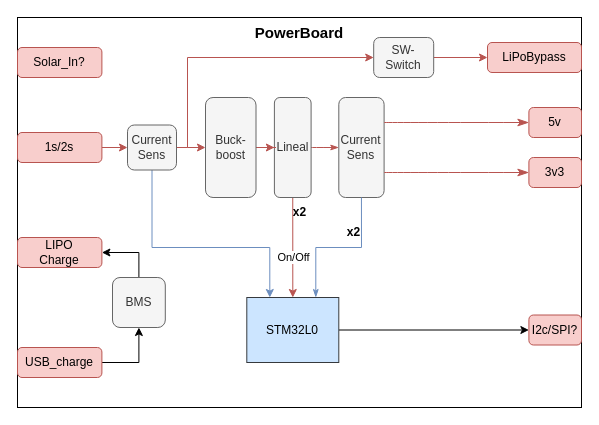
LaboratorioGluon/Icaro keeps this draw.io diagram as MKDocs/docs/es/supplyBoard/SupplyBoard.drawio. Above is the earlier version. Source tidied: cells renumbered, new cells numbered last; positions are measured from the earlier drawing's top-left corner, leaving out a move shared by most shapes. Both pictures are drawn from the tidied source at 100%, with x=0, y=0 at pixel (17, 17).
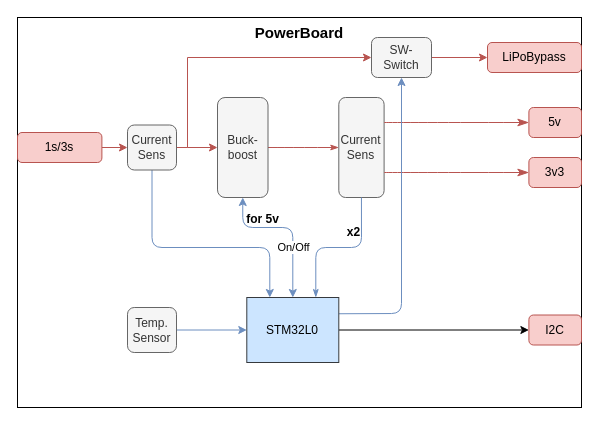
Above is the later version.

Commit message (it also covers changes not shown here):
Updated Doc for Supply Board

Unchanged cells that the change refers to:
```xml
<mxCell id="2" value="PowerBoard" style="rounded=0;whiteSpace=wrap;html=1;verticalAlign=top;fontStyle=1;fontSize=15;" parent="1" vertex="1">
  <mxGeometry width="564" height="390" as="geometry" />
</mxCell>
<mxCell id="9" value="Current&lt;div&gt;Sens&lt;/div&gt;" style="rounded=1;whiteSpace=wrap;html=1;fillColor=#f5f5f5;fontColor=#333333;strokeColor=#666666;" parent="2" vertex="1">
  <mxGeometry x="321.3" y="80" width="45.3" height="100" as="geometry" />
</mxCell>
<mxCell id="29" value="STM32L0" style="rounded=0;whiteSpace=wrap;html=1;fillColor=#cce5ff;strokeColor=#36393d;" parent="2" vertex="1">
  <mxGeometry x="229.3" y="280" width="92" height="65" as="geometry" />
</mxCell>
<mxCell id="33" value="Current&lt;div&gt;Sens&lt;/div&gt;" style="rounded=1;whiteSpace=wrap;html=1;fillColor=#f5f5f5;fontColor=#333333;strokeColor=#666666;" parent="2" vertex="1">
  <mxGeometry x="110" y="107.5" width="49" height="45" as="geometry" />
</mxCell>
```

The edit, as a diff of the source:
```diff
@@
-    <mxCell id="4" value="1s/2s" style="rounded=1;whiteSpace=wrap;html=1;fillColor=#f8cecc;strokeColor=#b85450;" parent="2" vertex="1">
+    <mxCell id="4" value="1s/3s" style="rounded=1;whiteSpace=wrap;html=1;fillColor=#f8cecc;strokeColor=#b85450;" parent="2" vertex="1">
       <mxGeometry y="115" width="84.4" height="30" as="geometry" />
     </mxCell>
@@
-    <mxCell id="7" style="edgeStyle=orthogonalEdgeStyle;rounded=0;jettySize=auto;html=1;exitX=1;exitY=0.5;exitDx=0;exitDy=0;entryX=0.5;entryY=1;entryDx=0;entryDy=0;" parent="2" edge="1" source="8" target="18">
-      <mxGeometry relative="1" as="geometry" />
-    </mxCell>
-    <mxCell id="8" value="USB_charge" style="rounded=1;whiteSpace=wrap;html=1;fillColor=#f8cecc;strokeColor=#b85450;" parent="2" vertex="1">
-      <mxGeometry y="330" width="84.4" height="30" as="geometry" />
-    </mxCell>
@@
-    <mxCell id="12" style="edgeStyle=orthogonalEdgeStyle;rounded=0;jettySize=auto;html=1;exitX=0.5;exitY=1;exitDx=0;exitDy=0;fontFamily=Architects Daughter;fontSize=16;startSize=6;endArrow=classicThin;endSize=6;sourcePerimeterSpacing=8;targetPerimeterSpacing=8;endFill=1;entryX=0.75;entryY=0;entryDx=0;entryDy=0;fillColor=#dae8fc;strokeColor=#6c8ebf;gradientColor=#7ea6e0;" parent="2" edge="1" source="9" target="29">
+    <mxCell id="12" style="edgeStyle=orthogonalEdgeStyle;rounded=1;jettySize=auto;html=1;exitX=0.5;exitY=1;exitDx=0;exitDy=0;fontFamily=Architects Daughter;fontSize=16;startSize=6;endArrow=classicThin;endSize=6;sourcePerimeterSpacing=8;targetPerimeterSpacing=8;endFill=1;entryX=0.75;entryY=0;entryDx=0;entryDy=0;fillColor=#dae8fc;strokeColor=#6c8ebf;gradientColor=#7ea6e0;curved=0;" parent="2" edge="1" source="9" target="29">
       <mxGeometry relative="1" as="geometry" />
     </mxCell>
-    <mxCell id="13" style="edgeStyle=none;curved=1;rounded=0;jettySize=auto;html=1;fontFamily=Architects Daughter;fontSize=16;endArrow=classicThin;sourcePerimeterSpacing=8;targetPerimeterSpacing=8;endFill=1;entryX=0;entryY=0.5;entryDx=0;entryDy=0;exitX=1;exitY=0.5;exitDx=0;exitDy=0;fillColor=#f8cecc;strokeColor=#b85450;gradientColor=#ea6b66;" parent="2" edge="1" source="16" target="9">
+    <mxCell id="13" style="edgeStyle=none;curved=1;rounded=0;jettySize=auto;html=1;fontFamily=Architects Daughter;fontSize=16;endArrow=classicThin;sourcePerimeterSpacing=8;targetPerimeterSpacing=8;endFill=1;entryX=0;entryY=0.5;entryDx=0;entryDy=0;exitX=1;exitY=0.5;exitDx=0;exitDy=0;fillColor=#f8cecc;strokeColor=#b85450;gradientColor=#ea6b66;" parent="2" edge="1" source="21" target="9">
       <mxGeometry relative="1" as="geometry" />
     </mxCell>
-    <mxCell id="14" style="edgeStyle=orthogonalEdgeStyle;rounded=0;jettySize=auto;html=1;exitX=0.5;exitY=1;exitDx=0;exitDy=0;entryX=0.5;entryY=0;entryDx=0;entryDy=0;fillColor=#f8cecc;strokeColor=#b85450;gradientColor=#ea6b66;" parent="2" edge="1" source="16" target="29">
-      <mxGeometry relative="1" as="geometry" />
+    <mxCell id="14" style="edgeStyle=orthogonalEdgeStyle;rounded=1;jettySize=auto;html=1;exitX=0.5;exitY=1;exitDx=0;exitDy=0;entryX=0.5;entryY=0;entryDx=0;entryDy=0;fillColor=#dae8fc;strokeColor=#6c8ebf;curved=0;startArrow=classic;startFill=1;" parent="2" edge="1" source="21" target="29">
+      <mxGeometry relative="1" as="geometry">
+        <Array as="points">
+          <mxPoint x="225" y="210" />
+          <mxPoint x="275" y="210" />
+        </Array>
+      </mxGeometry>
     </mxCell>
     <mxCell id="15" value="On/Off" style="edgeLabel;html=1;align=center;verticalAlign=middle;" parent="14" vertex="1">
-      <mxGeometry x="0.19" relative="1" as="geometry" />
+      <mxGeometry x="0.19" relative="1" as="geometry">
+        <mxPoint y="11" as="offset" />
+      </mxGeometry>
     </mxCell>
-    <mxCell id="16" value="Lineal" style="rounded=1;whiteSpace=wrap;html=1;fillColor=#f5f5f5;fontColor=#333333;strokeColor=#666666;" parent="2" vertex="1">
-      <mxGeometry x="256.9" y="80" width="36.7" height="100" as="geometry" />
-    </mxCell>
-    <mxCell id="17" style="edgeStyle=orthogonalEdgeStyle;rounded=0;jettySize=auto;html=1;exitX=0.5;exitY=0;exitDx=0;exitDy=0;entryX=1;entryY=0.5;entryDx=0;entryDy=0;" parent="2" edge="1" source="18" target="19">
-      <mxGeometry relative="1" as="geometry" />
-    </mxCell>
-    <mxCell id="18" value="BMS" style="rounded=1;whiteSpace=wrap;html=1;fillColor=#f5f5f5;fontColor=#333333;strokeColor=#666666;" parent="2" vertex="1">
-      <mxGeometry x="95" y="260" width="52.8" height="50" as="geometry" />
-    </mxCell>
-    <mxCell id="19" value="LIPO&lt;div&gt;Charge&lt;/div&gt;" style="rounded=1;whiteSpace=wrap;html=1;fillColor=#f8cecc;strokeColor=#b85450;" parent="2" vertex="1">
-      <mxGeometry y="220" width="84.4" height="30" as="geometry" />
-    </mxCell>
-    <mxCell id="20" style="edgeStyle=orthogonalEdgeStyle;rounded=0;jettySize=auto;html=1;fillColor=#f8cecc;strokeColor=#b85450;gradientColor=#ea6b66;" parent="2" edge="1" source="21" target="16">
-      <mxGeometry relative="1" as="geometry" />
-    </mxCell>
     <mxCell id="21" value="Buck-boost" style="rounded=1;whiteSpace=wrap;html=1;fillColor=#f5f5f5;fontColor=#333333;strokeColor=#666666;" parent="2" vertex="1">
-      <mxGeometry x="188" y="80" width="50.5" height="100" as="geometry" />
+      <mxGeometry x="200" y="80" width="50.5" height="100" as="geometry" />
     </mxCell>
@@
-    <mxCell id="23" value="x2" style="text;html=1;align=center;verticalAlign=middle;strokeColor=none;fillColor=none;fontStyle=1;" parent="2" vertex="1">
-      <mxGeometry x="262" y="180" width="40" height="30" as="geometry" />
+    <mxCell id="23" value="for 5v" style="text;html=1;align=center;verticalAlign=middle;strokeColor=none;fillColor=none;fontStyle=1;" parent="2" vertex="1">
+      <mxGeometry x="220" y="187" width="50" height="30" as="geometry" />
     </mxCell>
@@
     <mxCell id="26" value="SW-Switch" style="rounded=1;whiteSpace=wrap;html=1;fillColor=#f5f5f5;fontColor=#333333;strokeColor=#666666;" parent="2" vertex="1">
-      <mxGeometry x="356.2" y="20" width="60" height="40" as="geometry" />
+      <mxGeometry x="354" y="20" width="60" height="40" as="geometry" />
     </mxCell>
-    <mxCell id="27" value="Solar_In?" style="rounded=1;whiteSpace=wrap;html=1;fillColor=#f8cecc;strokeColor=#b85450;" parent="2" vertex="1">
-      <mxGeometry y="30" width="84.4" height="30" as="geometry" />
-    </mxCell>
@@
+    <mxCell id="35" style="edgeStyle=none;html=1;exitX=1;exitY=0.25;exitDx=0;exitDy=0;entryX=0.5;entryY=1;entryDx=0;entryDy=0;fillColor=#dae8fc;strokeColor=#6c8ebf;" parent="2" edge="1" source="29" target="26">
+      <mxGeometry relative="1" as="geometry">
+        <Array as="points">
+          <mxPoint x="384" y="296" />
+        </Array>
+      </mxGeometry>
+    </mxCell>
@@
-    <mxCell id="30" style="edgeStyle=orthogonalEdgeStyle;rounded=0;jettySize=auto;html=1;exitX=0.5;exitY=1;exitDx=0;exitDy=0;entryX=0.25;entryY=0;entryDx=0;entryDy=0;fillColor=#dae8fc;gradientColor=#7ea6e0;strokeColor=#6c8ebf;" parent="2" edge="1" source="33" target="29">
+    <mxCell id="30" style="edgeStyle=orthogonalEdgeStyle;rounded=1;jettySize=auto;html=1;exitX=0.5;exitY=1;exitDx=0;exitDy=0;entryX=0.25;entryY=0;entryDx=0;entryDy=0;fillColor=#dae8fc;gradientColor=#7ea6e0;strokeColor=#6c8ebf;curved=0;" parent="2" edge="1" source="33" target="29">
       <mxGeometry relative="1" as="geometry">
         <Array as="points">
           <mxPoint x="135" y="230" />
           <mxPoint x="252" y="230" />
         </Array>
       </mxGeometry>
     </mxCell>
@@
-    <mxCell id="34" value="I2c/SPI?" style="rounded=1;whiteSpace=wrap;html=1;fillColor=#f8cecc;strokeColor=#b85450;" parent="2" vertex="1">
+    <mxCell id="34" value="I2C" style="rounded=1;whiteSpace=wrap;html=1;fillColor=#f8cecc;strokeColor=#b85450;" parent="2" vertex="1">
       <mxGeometry x="511.4" y="297.5" width="52.6" height="30" as="geometry" />
     </mxCell>
+    <mxCell id="36" style="edgeStyle=none;html=1;exitX=1;exitY=0.5;exitDx=0;exitDy=0;fillColor=#dae8fc;strokeColor=#6c8ebf;" parent="2" edge="1" source="37" target="29">
+      <mxGeometry relative="1" as="geometry" />
+    </mxCell>
+    <mxCell id="37" value="Temp.&lt;div&gt;Sensor&lt;/div&gt;" style="rounded=1;whiteSpace=wrap;html=1;fillColor=#f5f5f5;fontColor=#333333;strokeColor=#666666;" parent="2" vertex="1">
+      <mxGeometry x="110" y="290" width="49" height="45" as="geometry" />
+    </mxCell>
```
